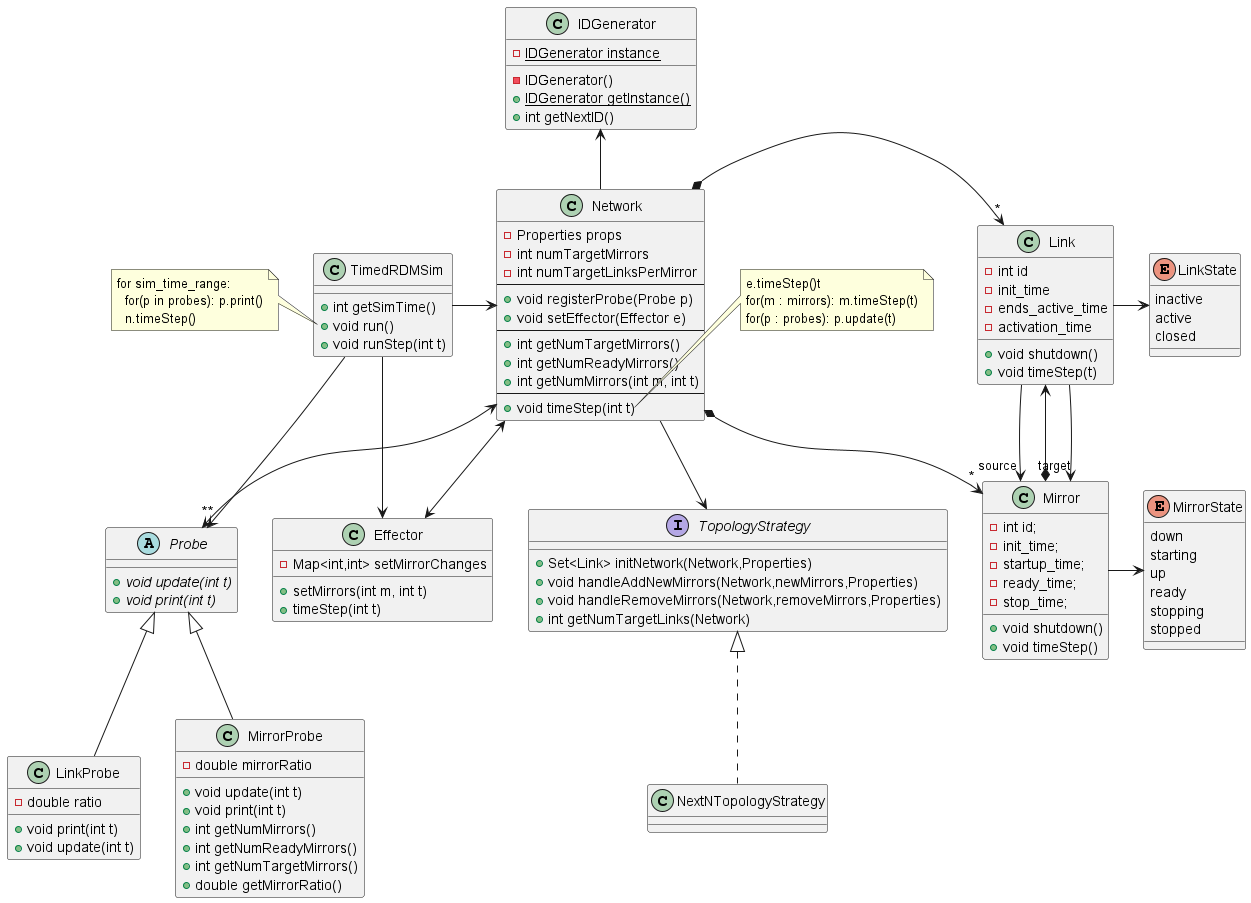
This is doc/classes.png from sebastiangoetz/LRDMSimulator, a PlantUML export, as it was before one commit.
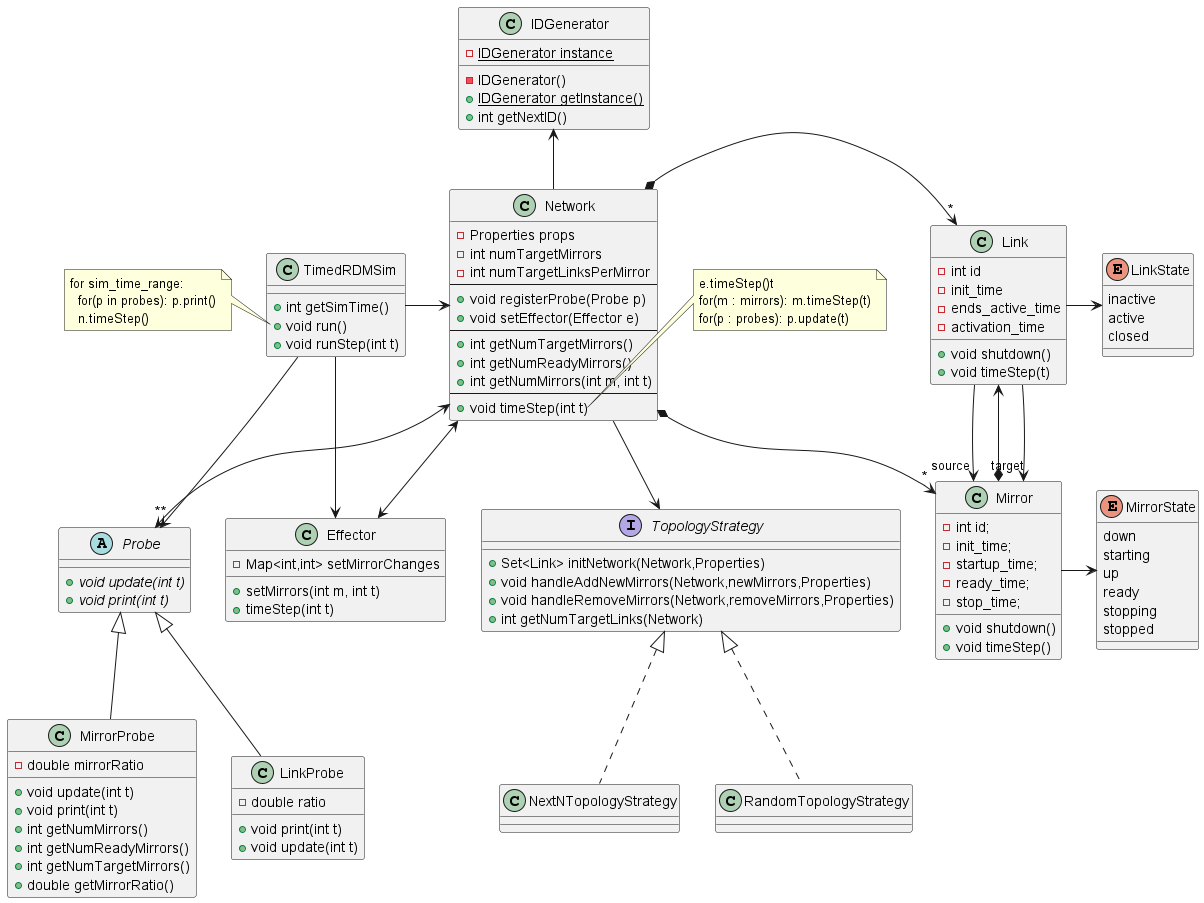
After the commit.

Diff of the diagram source:
```diff
@@ -119,7 +119,10 @@
 
 class NextNTopologyStrategy
 
+class RandomTopologyStrategy
+
 TopologyStrategy <|.. NextNTopologyStrategy
+TopologyStrategy <|.. RandomTopologyStrategy
 TimedRDMSim --> Effector
 TimedRDMSim --> "*" Probe
 Network --> TopologyStrategy
```
